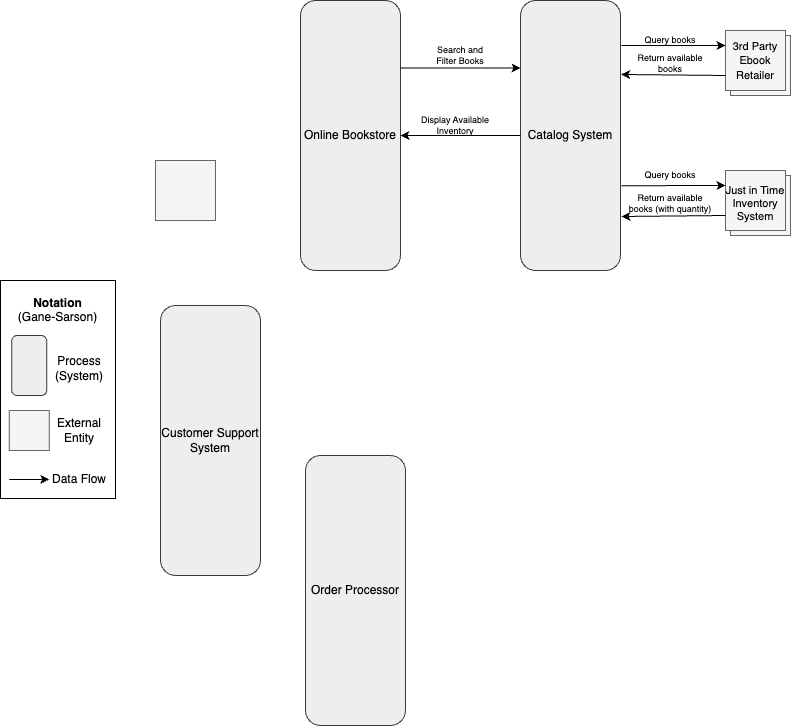
This is Assignment2/Untitled.png from TanHess/SoftwareArchitectureAndDesign, a draw.io export, as it was before one commit. Source tidied: cells renumbered, new cells last; positions are measured from the earlier drawing's top-left corner, leaving out a move shared by most shapes. The source it was exported from:
```xml
<mxGraphModel>
  <root>
    <mxCell id="0" />
    <mxCell id="1" parent="0" />
    <mxCell id="2" value="Online Bookstore" style="rounded=1;whiteSpace=wrap;html=1;rotation=90;fillColor=#eeeeee;strokeColor=#36393d;horizontal=0;" parent="1" vertex="1">
      <mxGeometry x="267" y="55" width="270" height="100" as="geometry" />
    </mxCell>
    <mxCell id="3" style="group;" parent="1" vertex="1">
      <mxGeometry x="52" y="250" width="115" height="218.1" as="geometry" />
    </mxCell>
    <mxCell id="4" value="&lt;b&gt;Notation&lt;/b&gt;&lt;br&gt;(Gane-Sarson)&lt;br&gt;&lt;br&gt;&lt;br&gt;&lt;br&gt;&lt;br&gt;&lt;br&gt;&lt;br&gt;&lt;br&gt;&lt;br&gt;&lt;br&gt;&lt;br&gt;&lt;br&gt;" style="rounded=0;whiteSpace=wrap;html=1;rotation=90;direction=east;horizontal=0;labelPosition=center;verticalLabelPosition=middle;align=center;verticalAlign=middle;" parent="3" vertex="1">
      <mxGeometry x="-51.6" y="51.6" width="218.1" height="115" as="geometry" />
    </mxCell>
    <mxCell id="5" style="rounded=1;whiteSpace=wrap;html=1;rotation=90;fillColor=#eeeeee;strokeColor=#36393d;" parent="3" vertex="1">
      <mxGeometry x="-1.3" y="67.5" width="60" height="35" as="geometry" />
    </mxCell>
    <mxCell id="6" value="Process (System)" style="text;html=1;strokeColor=none;fillColor=none;align=center;verticalAlign=middle;whiteSpace=wrap;rounded=0;" parent="3" vertex="1">
      <mxGeometry x="48.7" y="72.5" width="60" height="30" as="geometry" />
    </mxCell>
    <mxCell id="7" style="whiteSpace=wrap;html=1;fillColor=#f5f5f5;strokeColor=#666666;fontColor=#333333;" parent="3" vertex="1">
      <mxGeometry x="8.7" y="130" width="40" height="40" as="geometry" />
    </mxCell>
    <mxCell id="8" value="External&lt;br&gt;Entity" style="text;html=1;strokeColor=none;fillColor=none;align=center;verticalAlign=middle;whiteSpace=wrap;rounded=0;" parent="3" vertex="1">
      <mxGeometry x="48.7" y="135" width="60" height="30" as="geometry" />
    </mxCell>
    <mxCell id="9" style="endArrow=classic;html=1;rounded=0;" parent="3" edge="1">
      <mxGeometry relative="1" as="geometry">
        <mxPoint x="8.7" y="198.9" as="sourcePoint" />
        <mxPoint x="48.7" y="198.9" as="targetPoint" />
      </mxGeometry>
    </mxCell>
    <mxCell id="10" value="Data Flow" style="text;html=1;strokeColor=none;fillColor=none;align=center;verticalAlign=middle;whiteSpace=wrap;rounded=0;" parent="3" vertex="1">
      <mxGeometry x="48.7" y="184.4" width="60" height="30" as="geometry" />
    </mxCell>
    <mxCell id="11" style="whiteSpace=wrap;html=1;fillColor=#f5f5f5;strokeColor=#666666;fontColor=#333333;" parent="1" vertex="1">
      <mxGeometry x="207" y="130" width="60" height="60" as="geometry" />
    </mxCell>
    <mxCell id="12" style="group;fontSize=11;" parent="1" vertex="1">
      <mxGeometry x="777" width="65" height="65" as="geometry" />
    </mxCell>
    <mxCell id="13" style="whiteSpace=wrap;html=1;fillColor=#f5f5f5;strokeColor=#666666;fontColor=#333333;" parent="12" vertex="1">
      <mxGeometry x="5" y="5" width="60" height="60" as="geometry" />
    </mxCell>
    <mxCell id="14" style="group;" parent="12" vertex="1">
      <mxGeometry x="-5" width="70" height="60" as="geometry" />
    </mxCell>
    <mxCell id="15" style="group;" parent="14" vertex="1">
      <mxGeometry width="70" height="60" as="geometry" />
    </mxCell>
    <mxCell id="16" style="whiteSpace=wrap;html=1;fillColor=#f5f5f5;strokeColor=#666666;fontColor=#333333;" parent="15" vertex="1">
      <mxGeometry x="5" width="60" height="60" as="geometry" />
    </mxCell>
    <mxCell id="17" value="&lt;font style=&quot;font-size: 11px;&quot;&gt;3rd Party Ebook Retailer&lt;/font&gt;" style="text;html=1;strokeColor=none;fillColor=none;align=center;verticalAlign=middle;whiteSpace=wrap;rounded=0;" parent="15" vertex="1">
      <mxGeometry y="15" width="70" height="30" as="geometry" />
    </mxCell>
    <mxCell id="18" style="group;" parent="1" vertex="1">
      <mxGeometry x="777" y="140" width="65" height="65" as="geometry" />
    </mxCell>
    <mxCell id="19" style="whiteSpace=wrap;html=1;fillColor=#f5f5f5;strokeColor=#666666;fontColor=#333333;" parent="18" vertex="1">
      <mxGeometry x="5" y="5" width="60" height="60" as="geometry" />
    </mxCell>
    <mxCell id="20" style="group;" parent="18" vertex="1">
      <mxGeometry x="-5" width="70" height="60" as="geometry" />
    </mxCell>
    <mxCell id="21" style="whiteSpace=wrap;html=1;fillColor=#f5f5f5;strokeColor=#666666;fontColor=#333333;" parent="20" vertex="1">
      <mxGeometry x="5" width="60" height="60" as="geometry" />
    </mxCell>
    <mxCell id="22" value="Just in Time Inventory System" style="text;html=1;strokeColor=none;fillColor=none;align=center;verticalAlign=middle;whiteSpace=wrap;rounded=0;fontSize=11;" parent="20" vertex="1">
      <mxGeometry y="17.5" width="70" height="30" as="geometry" />
    </mxCell>
    <mxCell id="23" value="Customer Support System" style="rounded=1;whiteSpace=wrap;html=1;rotation=90;fillColor=#eeeeee;strokeColor=#36393d;horizontal=0;" parent="1" vertex="1">
      <mxGeometry x="127" y="360" width="270" height="100" as="geometry" />
    </mxCell>
    <mxCell id="24" value="Order Processor" style="rounded=1;whiteSpace=wrap;html=1;rotation=90;fillColor=#eeeeee;strokeColor=#36393d;horizontal=0;" parent="1" vertex="1">
      <mxGeometry x="272" y="510" width="270" height="100" as="geometry" />
    </mxCell>
    <mxCell id="25" value="Catalog System" style="rounded=1;whiteSpace=wrap;html=1;rotation=90;fillColor=#eeeeee;strokeColor=#36393d;horizontal=0;" parent="1" vertex="1">
      <mxGeometry x="487" y="55" width="270" height="100" as="geometry" />
    </mxCell>
    <mxCell id="26" style="endArrow=classic;html=1;rounded=0;exitX=0.25;exitY=0;exitDx=0;exitDy=0;entryX=0.25;entryY=1;entryDx=0;entryDy=0;" parent="1" edge="1" source="2" target="25">
      <mxGeometry relative="1" as="geometry" />
    </mxCell>
    <mxCell id="27" value="Search and Filter Books" style="text;html=1;strokeColor=none;fillColor=none;align=center;verticalAlign=middle;whiteSpace=wrap;rounded=0;fontSize=9;" parent="1" vertex="1">
      <mxGeometry x="477" y="10" width="70" height="30" as="geometry" />
    </mxCell>
    <mxCell id="28" style="endArrow=classic;html=1;rounded=0;exitX=0.5;exitY=1;exitDx=0;exitDy=0;entryX=0.5;entryY=0;entryDx=0;entryDy=0;" parent="1" edge="1" source="25" target="2">
      <mxGeometry relative="1" as="geometry" />
    </mxCell>
    <mxCell id="29" value="Display Available Inventory" style="text;html=1;strokeColor=none;fillColor=none;align=center;verticalAlign=middle;whiteSpace=wrap;rounded=0;fontSize=9;" parent="1" vertex="1">
      <mxGeometry x="457" y="80" width="100" height="30" as="geometry" />
    </mxCell>
    <mxCell id="30" style="endArrow=classic;html=1;rounded=0;entryX=0;entryY=0.25;entryDx=0;entryDy=0;exitX=0.686;exitY=-0.009;exitDx=0;exitDy=0;exitPerimeter=0;" parent="1" edge="1" source="25" target="21">
      <mxGeometry relative="1" as="geometry" />
    </mxCell>
    <mxCell id="31" style="endArrow=classic;html=1;rounded=0;entryX=0.8;entryY=-0.009;entryDx=0;entryDy=0;entryPerimeter=0;exitX=0;exitY=0.75;exitDx=0;exitDy=0;" parent="1" edge="1" source="21" target="25">
      <mxGeometry relative="1" as="geometry" />
    </mxCell>
    <mxCell id="32" style="endArrow=classic;html=1;rounded=0;exitX=0;exitY=0.75;exitDx=0;exitDy=0;entryX=0.274;entryY=-0.006;entryDx=0;entryDy=0;entryPerimeter=0;" parent="1" edge="1" source="16" target="25">
      <mxGeometry relative="1" as="geometry" />
    </mxCell>
    <mxCell id="33" style="endArrow=classic;html=1;rounded=0;exitX=0.167;exitY=-0.009;exitDx=0;exitDy=0;entryX=0;entryY=0.25;entryDx=0;entryDy=0;exitPerimeter=0;" parent="1" edge="1" source="25" target="16">
      <mxGeometry relative="1" as="geometry" />
    </mxCell>
    <mxCell id="34" value="Query books" style="text;html=1;strokeColor=none;fillColor=none;align=center;verticalAlign=middle;whiteSpace=wrap;rounded=0;fontSize=9;" parent="1" vertex="1">
      <mxGeometry x="677" width="90" height="20" as="geometry" />
    </mxCell>
    <mxCell id="35" value="Return available books" style="text;html=1;strokeColor=none;fillColor=none;align=center;verticalAlign=middle;whiteSpace=wrap;rounded=0;fontSize=9;" parent="1" vertex="1">
      <mxGeometry x="677" y="22.5" width="90" height="20" as="geometry" />
    </mxCell>
    <mxCell id="36" value="Query books" style="text;html=1;strokeColor=none;fillColor=none;align=center;verticalAlign=middle;whiteSpace=wrap;rounded=0;fontSize=9;" parent="1" vertex="1">
      <mxGeometry x="677" y="135" width="90" height="20" as="geometry" />
    </mxCell>
    <mxCell id="37" value="Return available books (with quantity)" style="text;html=1;strokeColor=none;fillColor=none;align=center;verticalAlign=middle;whiteSpace=wrap;rounded=0;fontSize=9;" parent="1" vertex="1">
      <mxGeometry x="677" y="162.5" width="90" height="20" as="geometry" />
    </mxCell>
  </root>
</mxGraphModel>
```
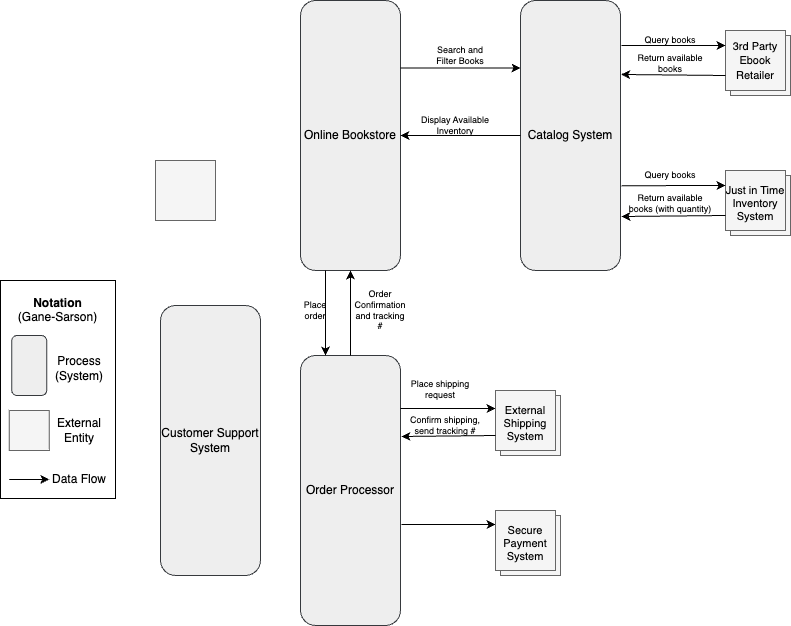
After the change.

Diff of the diagram source:
```diff
@@ -72,7 +72,7 @@
       <mxGeometry x="127" y="360" width="270" height="100" as="geometry" />
     </mxCell>
     <mxCell id="24" value="Order Processor" style="rounded=1;whiteSpace=wrap;html=1;rotation=90;fillColor=#eeeeee;strokeColor=#36393d;horizontal=0;" parent="1" vertex="1">
-      <mxGeometry x="272" y="510" width="270" height="100" as="geometry" />
+      <mxGeometry x="267" y="410" width="270" height="100" as="geometry" />
     </mxCell>
     <mxCell id="25" value="Catalog System" style="rounded=1;whiteSpace=wrap;html=1;rotation=90;fillColor=#eeeeee;strokeColor=#36393d;horizontal=0;" parent="1" vertex="1">
       <mxGeometry x="487" y="55" width="270" height="100" as="geometry" />
@@ -113,5 +113,66 @@
     <mxCell id="37" value="Return available books (with quantity)" style="text;html=1;strokeColor=none;fillColor=none;align=center;verticalAlign=middle;whiteSpace=wrap;rounded=0;fontSize=9;" parent="1" vertex="1">
       <mxGeometry x="677" y="162.5" width="90" height="20" as="geometry" />
     </mxCell>
+    <mxCell id="38" style="endArrow=classic;html=1;rounded=0;exitX=1;exitY=0.75;exitDx=0;exitDy=0;entryX=0;entryY=0.75;entryDx=0;entryDy=0;" parent="1" edge="1" source="2" target="24">
+      <mxGeometry relative="1" as="geometry" />
+    </mxCell>
+    <mxCell id="39" style="endArrow=classic;html=1;rounded=0;exitX=0;exitY=0.5;exitDx=0;exitDy=0;entryX=1;entryY=0.5;entryDx=0;entryDy=0;" parent="1" edge="1" source="24" target="2">
+      <mxGeometry relative="1" as="geometry" />
+    </mxCell>
+    <mxCell id="40" value="Place order" style="text;html=1;strokeColor=none;fillColor=none;align=center;verticalAlign=middle;whiteSpace=wrap;rounded=0;fontSize=9;" parent="1" vertex="1">
+      <mxGeometry x="357" y="240" width="20" height="80" as="geometry" />
+    </mxCell>
+    <mxCell id="41" value="Order Confirmation and tracking #" style="text;html=1;strokeColor=none;fillColor=none;align=center;verticalAlign=middle;whiteSpace=wrap;rounded=0;fontSize=9;" parent="1" vertex="1">
+      <mxGeometry x="422" y="240" width="20" height="80" as="geometry" />
+    </mxCell>
+    <mxCell id="42" style="endArrow=classic;html=1;rounded=0;exitX=0.196;exitY=0;exitDx=0;exitDy=0;exitPerimeter=0;" parent="1" edge="1" source="24">
+      <mxGeometry relative="1" as="geometry">
+        <mxPoint x="547" y="378" as="targetPoint" />
+      </mxGeometry>
+    </mxCell>
+    <mxCell id="43" style="endArrow=classic;html=1;rounded=0;exitX=0.626;exitY=-0.01;exitDx=0;exitDy=0;exitPerimeter=0;" parent="1" edge="1" source="24">
+      <mxGeometry relative="1" as="geometry">
+        <mxPoint x="547" y="494" as="targetPoint" />
+      </mxGeometry>
+    </mxCell>
+    <mxCell id="44" style="group;" parent="1" vertex="1">
+      <mxGeometry x="547" y="360" width="65" height="65" as="geometry" />
+    </mxCell>
+    <mxCell id="45" style="whiteSpace=wrap;html=1;fillColor=#f5f5f5;strokeColor=#666666;fontColor=#333333;" parent="44" vertex="1">
+      <mxGeometry x="5" y="5" width="60" height="60" as="geometry" />
+    </mxCell>
+    <mxCell id="46" style="group;" parent="44" vertex="1">
+      <mxGeometry x="-5" width="70" height="60" as="geometry" />
+    </mxCell>
+    <mxCell id="47" style="whiteSpace=wrap;html=1;fillColor=#f5f5f5;strokeColor=#666666;fontColor=#333333;" parent="46" vertex="1">
+      <mxGeometry x="5" width="60" height="60" as="geometry" />
+    </mxCell>
+    <mxCell id="48" value="External Shipping System" style="text;html=1;strokeColor=none;fillColor=none;align=center;verticalAlign=middle;whiteSpace=wrap;rounded=0;fontSize=11;" parent="46" vertex="1">
+      <mxGeometry y="17.5" width="70" height="30" as="geometry" />
+    </mxCell>
+    <mxCell id="49" style="group;" parent="1" vertex="1">
+      <mxGeometry x="547" y="480" width="65" height="65" as="geometry" />
+    </mxCell>
+    <mxCell id="50" style="whiteSpace=wrap;html=1;fillColor=#f5f5f5;strokeColor=#666666;fontColor=#333333;" parent="49" vertex="1">
+      <mxGeometry x="5" y="5" width="60" height="60" as="geometry" />
+    </mxCell>
+    <mxCell id="51" style="group;" parent="49" vertex="1">
+      <mxGeometry x="-5" width="70" height="60" as="geometry" />
+    </mxCell>
+    <mxCell id="52" style="whiteSpace=wrap;html=1;fillColor=#f5f5f5;strokeColor=#666666;fontColor=#333333;" parent="51" vertex="1">
+      <mxGeometry x="5" width="60" height="60" as="geometry" />
+    </mxCell>
+    <mxCell id="53" value="Secure Payment System" style="text;html=1;strokeColor=none;fillColor=none;align=center;verticalAlign=middle;whiteSpace=wrap;rounded=0;fontSize=11;" parent="51" vertex="1">
+      <mxGeometry y="17.5" width="70" height="30" as="geometry" />
+    </mxCell>
+    <mxCell id="54" style="endArrow=classic;html=1;rounded=0;exitX=0;exitY=0.75;exitDx=0;exitDy=0;entryX=0.3;entryY=-0.01;entryDx=0;entryDy=0;entryPerimeter=0;" parent="1" edge="1" source="47" target="24">
+      <mxGeometry relative="1" as="geometry" />
+    </mxCell>
+    <mxCell id="55" value="Place shipping request" style="text;html=1;strokeColor=none;fillColor=none;align=center;verticalAlign=middle;whiteSpace=wrap;rounded=0;fontSize=9;" parent="1" vertex="1">
+      <mxGeometry x="457" y="344.1" width="70" height="30" as="geometry" />
+    </mxCell>
+    <mxCell id="56" value="Confirm shipping, send tracking #" style="text;html=1;strokeColor=none;fillColor=none;align=center;verticalAlign=middle;whiteSpace=wrap;rounded=0;fontSize=9;" parent="1" vertex="1">
+      <mxGeometry x="457" y="380" width="80" height="30" as="geometry" />
+    </mxCell>
   </root>
 </mxGraphModel>
```
